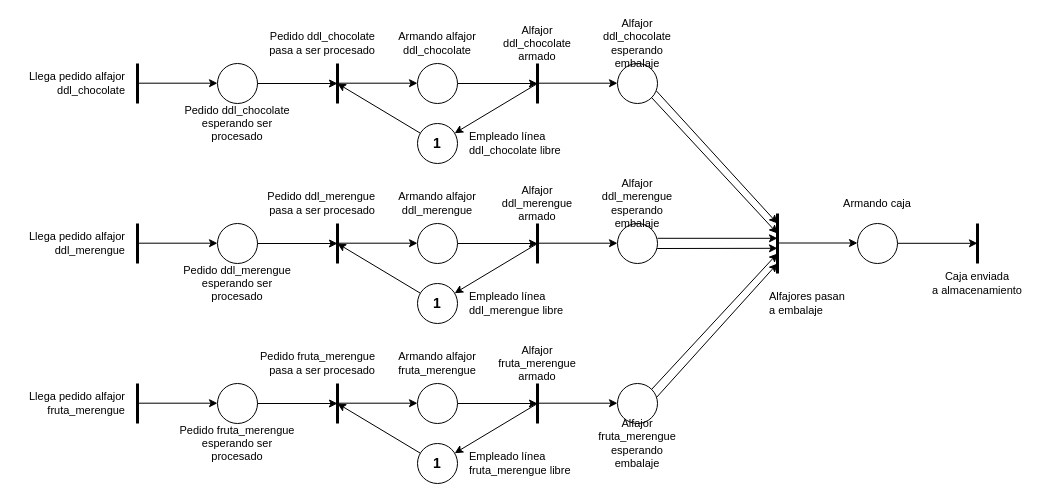
The draw.io diagram RP_8.drawio in mvalleym/ing_software1, before the edit. Source tidied: cells renumbered, new cells numbered last; positions are measured from the earlier drawing's top-left corner, leaving out a move shared by most shapes. Both pictures are drawn from the tidied source at 100%, with x=0, y=0 at pixel (17, 23).
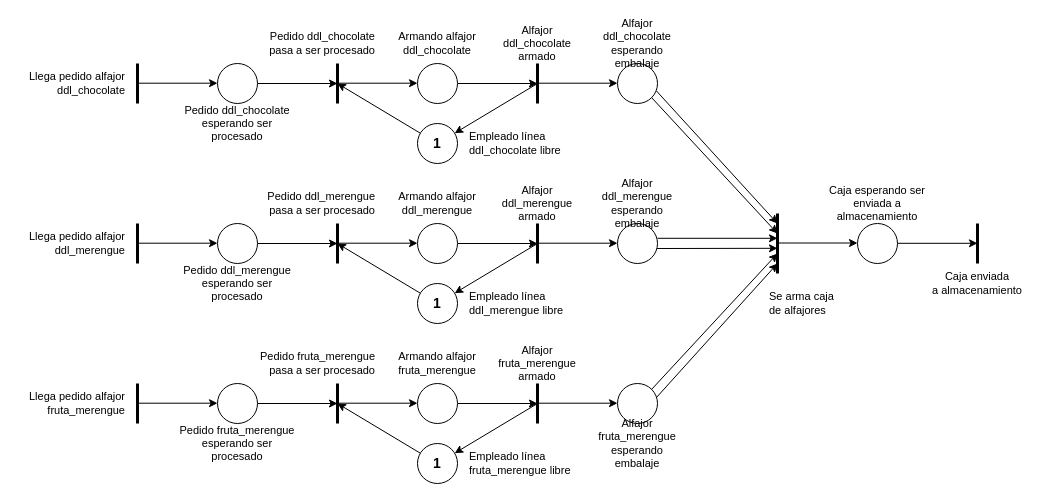
The same page after the edit.

What changed in the source:
```diff
@@
-    <mxCell id="79" value="&lt;div&gt;Alfajores pasan&lt;/div&gt;&lt;div&gt;a embalaje&lt;br&gt;&lt;/div&gt;" style="text;html=1;strokeColor=none;fillColor=none;align=left;verticalAlign=middle;whiteSpace=wrap;rounded=0;fontSize=11;" parent="1" vertex="1">
+    <mxCell id="79" value="&lt;div&gt;Se arma caja&lt;/div&gt;&lt;div&gt;de alfajores&lt;br&gt;&lt;/div&gt;" style="text;html=1;strokeColor=none;fillColor=none;align=left;verticalAlign=middle;whiteSpace=wrap;rounded=0;fontSize=11;" parent="1" vertex="1">
       <mxGeometry x="750" y="260" width="100" height="40" as="geometry" />
     </mxCell>
-    <mxCell id="80" value="Armando caja" style="text;html=1;strokeColor=none;fillColor=none;align=center;verticalAlign=middle;whiteSpace=wrap;rounded=0;fontSize=11;" parent="1" vertex="1">
+    <mxCell id="80" value="Caja esperando ser enviada a almacenamiento" style="text;html=1;strokeColor=none;fillColor=none;align=center;verticalAlign=middle;whiteSpace=wrap;rounded=0;fontSize=11;" parent="1" vertex="1">
       <mxGeometry x="810" y="160" width="100" height="40" as="geometry" />
     </mxCell>
```
